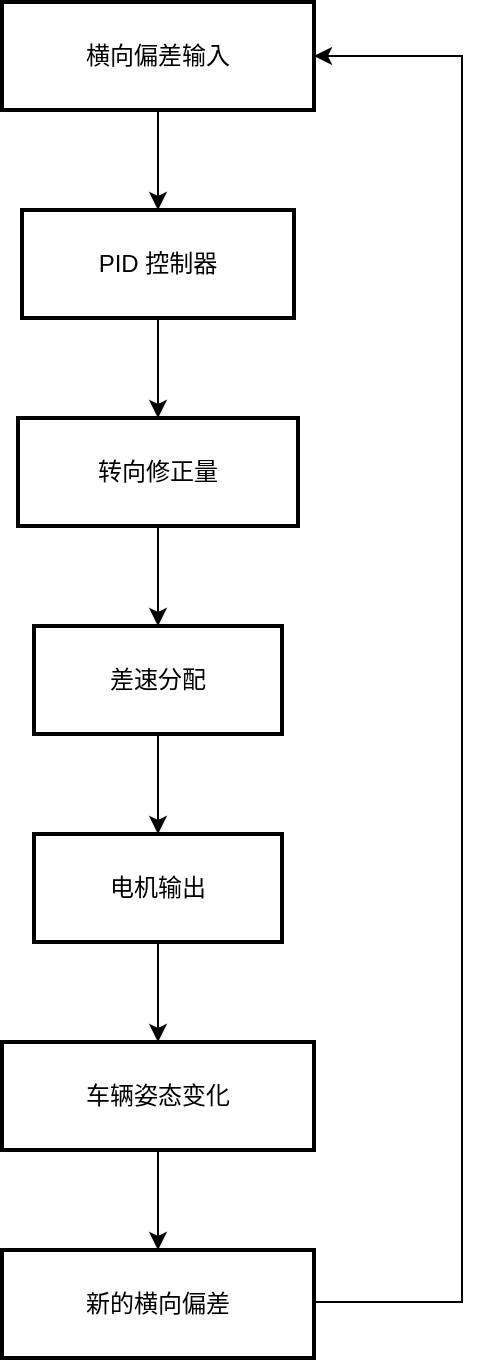
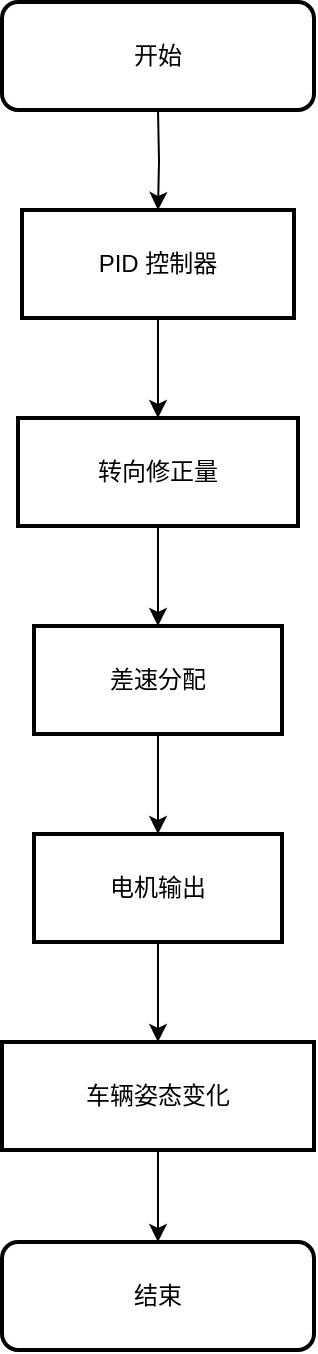
<mxfile host="app.diagrams.net">
  <diagram name="第 1 页" id="bfATaVGsV1DN1ViiIpps">
-     <mxGraphModel dx="1205" dy="696" grid="1" gridSize="10" guides="1" tooltips="1" connect="1" arrows="1" fold="1" page="1" pageScale="1" pageWidth="827" pageHeight="1169" math="0" shadow="0">
+     <mxGraphModel dx="1347" dy="753" grid="1" gridSize="10" guides="1" tooltips="1" connect="1" arrows="1" fold="1" page="1" pageScale="1" pageWidth="827" pageHeight="1169" math="0" shadow="0">
      <root>
        <mxCell id="0" />
        <mxCell id="1" parent="0" />
-         <mxCell id="Zaa9Ob1RF6DUEDw_Cv76-15" edge="1" parent="1" source="Zaa9Ob1RF6DUEDw_Cv76-1" style="edgeStyle=orthogonalEdgeStyle;rounded=0;orthogonalLoop=1;jettySize=auto;html=1;" target="Zaa9Ob1RF6DUEDw_Cv76-2" value="">
-           <mxGeometry relative="1" as="geometry" />
-         </mxCell>
-         <mxCell id="Zaa9Ob1RF6DUEDw_Cv76-1" parent="1" style="whiteSpace=wrap;strokeWidth=2;fillColor=none;" value="横向偏差输入" vertex="1">
-           <mxGeometry height="54" width="156" x="20" y="20" as="geometry" />
+         <mxCell id="Zaa9Ob1RF6DUEDw_Cv76-15" edge="1" parent="1" style="edgeStyle=orthogonalEdgeStyle;rounded=0;orthogonalLoop=1;jettySize=auto;html=1;" target="Zaa9Ob1RF6DUEDw_Cv76-2" value="">
+           <mxGeometry relative="1" as="geometry">
+             <mxPoint x="97.99999999999989" y="74" as="sourcePoint" />
+           </mxGeometry>
        </mxCell>
        <mxCell id="Zaa9Ob1RF6DUEDw_Cv76-16" edge="1" parent="1" source="Zaa9Ob1RF6DUEDw_Cv76-2" style="edgeStyle=orthogonalEdgeStyle;rounded=0;orthogonalLoop=1;jettySize=auto;html=1;" target="Zaa9Ob1RF6DUEDw_Cv76-3" value="">
          <mxGeometry relative="1" as="geometry" />
        </mxCell>
        <mxCell id="Zaa9Ob1RF6DUEDw_Cv76-2" parent="1" style="whiteSpace=wrap;strokeWidth=2;fillColor=none;" value="PID 控制器" vertex="1">
          <mxGeometry height="54" width="136" x="30" y="124" as="geometry" />
        </mxCell>
        <mxCell id="Zaa9Ob1RF6DUEDw_Cv76-17" edge="1" parent="1" source="Zaa9Ob1RF6DUEDw_Cv76-3" style="edgeStyle=orthogonalEdgeStyle;rounded=0;orthogonalLoop=1;jettySize=auto;html=1;" target="Zaa9Ob1RF6DUEDw_Cv76-4" value="">
          <mxGeometry relative="1" as="geometry" />
        </mxCell>
        <mxCell id="Zaa9Ob1RF6DUEDw_Cv76-3" parent="1" style="whiteSpace=wrap;strokeWidth=2;fillColor=none;" value="转向修正量" vertex="1">
          <mxGeometry height="54" width="140" x="28" y="228" as="geometry" />
        </mxCell>
        <mxCell id="Zaa9Ob1RF6DUEDw_Cv76-18" edge="1" parent="1" source="Zaa9Ob1RF6DUEDw_Cv76-4" style="edgeStyle=orthogonalEdgeStyle;rounded=0;orthogonalLoop=1;jettySize=auto;html=1;" target="Zaa9Ob1RF6DUEDw_Cv76-5" value="">
          <mxGeometry relative="1" as="geometry" />
        </mxCell>
        <mxCell id="Zaa9Ob1RF6DUEDw_Cv76-4" parent="1" style="whiteSpace=wrap;strokeWidth=2;fillColor=none;" value="差速分配" vertex="1">
          <mxGeometry height="54" width="124" x="36" y="332" as="geometry" />
        </mxCell>
        <mxCell id="Zaa9Ob1RF6DUEDw_Cv76-19" edge="1" parent="1" source="Zaa9Ob1RF6DUEDw_Cv76-5" style="edgeStyle=orthogonalEdgeStyle;rounded=0;orthogonalLoop=1;jettySize=auto;html=1;" target="Zaa9Ob1RF6DUEDw_Cv76-6" value="">
          <mxGeometry relative="1" as="geometry" />
        </mxCell>
        <mxCell id="Zaa9Ob1RF6DUEDw_Cv76-5" parent="1" style="whiteSpace=wrap;strokeWidth=2;fillColor=none;" value="电机输出" vertex="1">
          <mxGeometry height="54" width="124" x="36" y="436" as="geometry" />
        </mxCell>
-         <mxCell id="Zaa9Ob1RF6DUEDw_Cv76-20" edge="1" parent="1" source="Zaa9Ob1RF6DUEDw_Cv76-6" style="edgeStyle=orthogonalEdgeStyle;rounded=0;orthogonalLoop=1;jettySize=auto;html=1;" target="Zaa9Ob1RF6DUEDw_Cv76-7" value="">
+         <mxCell id="aCIFvJvuAnSYRHjGHSv0-3" edge="1" parent="1" source="Zaa9Ob1RF6DUEDw_Cv76-6" style="edgeStyle=orthogonalEdgeStyle;rounded=0;orthogonalLoop=1;jettySize=auto;html=1;" target="aCIFvJvuAnSYRHjGHSv0-2" value="">
          <mxGeometry relative="1" as="geometry" />
        </mxCell>
        <mxCell id="Zaa9Ob1RF6DUEDw_Cv76-6" parent="1" style="whiteSpace=wrap;strokeWidth=2;fillColor=none;" value="车辆姿态变化" vertex="1">
          <mxGeometry height="54" width="156" x="20" y="540" as="geometry" />
        </mxCell>
-         <mxCell id="Zaa9Ob1RF6DUEDw_Cv76-21" edge="1" parent="1" source="Zaa9Ob1RF6DUEDw_Cv76-7" style="edgeStyle=orthogonalEdgeStyle;rounded=0;orthogonalLoop=1;jettySize=auto;html=1;entryX=1;entryY=0.5;entryDx=0;entryDy=0;" target="Zaa9Ob1RF6DUEDw_Cv76-1">
-           <mxGeometry relative="1" as="geometry">
-             <Array as="points">
-               <mxPoint x="250" y="670" />
-               <mxPoint x="250" y="47" />
-             </Array>
-           </mxGeometry>
+         <mxCell id="aCIFvJvuAnSYRHjGHSv0-1" parent="1" style="rounded=1;whiteSpace=wrap;html=1;fillColor=none;strokeWidth=2;" value="开始" vertex="1">
+           <mxGeometry height="54" width="156" x="20" y="20" as="geometry" />
        </mxCell>
-         <mxCell id="Zaa9Ob1RF6DUEDw_Cv76-7" parent="1" style="whiteSpace=wrap;strokeWidth=2;fillColor=none;" value="新的横向偏差" vertex="1">
-           <mxGeometry height="54" width="156" x="20" y="644" as="geometry" />
+         <mxCell id="aCIFvJvuAnSYRHjGHSv0-2" parent="1" style="rounded=1;whiteSpace=wrap;html=1;fillColor=none;strokeWidth=2;" value="结束" vertex="1">
+           <mxGeometry height="54" width="156" x="20" y="640" as="geometry" />
        </mxCell>
      </root>
    </mxGraphModel>
  </diagram>
</mxfile>
